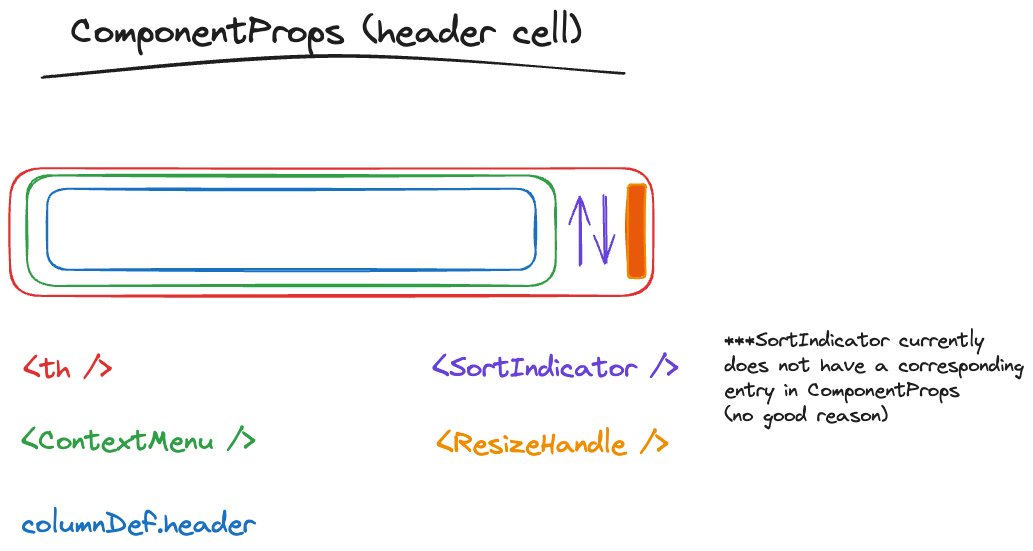
This is packages/react-table-ui/draw/header-component-props.excalidraw.png from ZooHillData/zoos, a Excalidraw export, as it was before one commit. Source tidied: one line per element, renumbered; positions are measured from the earlier drawing's top-left corner, leaving out a move shared by most shapes. Its diagram source:
```json
{"id": 0, "type": "rectangle", "strokeColor": "#e03131", "strokeWidth": 2, "roughness": 1, "round": true, "x": 0, "y": 158, "width": 643, "height": 128}
{"id": 1, "type": "text", "text": "ComponentProps (header cell)\n", "strokeColor": "#1e1e1e", "strokeWidth": 1, "roughness": 1, "fontSize": 36, "fontFamily": 1, "x": 61, "y": 0, "width": 511, "height": 90}
{"id": 2, "type": "rectangle", "strokeColor": "#2f9e44", "strokeWidth": 2, "roughness": 1, "round": true, "x": 17, "y": 165, "width": 529, "height": 111}
{"id": 3, "type": "arrow", "strokeColor": "#6741d9", "strokeWidth": 2, "roughness": 1, "startArrowhead": "arrow", "round": true, "x": 596, "y": 253, "width": 1, "height": 68, "points": [[0, 0], [-1, -68]]}
{"id": 4, "type": "rectangle", "strokeColor": "#f08c00", "backgroundColor": "#e8590c", "fillStyle": "solid", "strokeWidth": 2, "roughness": 1, "round": true, "x": 618, "y": 174, "width": 18, "height": 94}
{"id": 5, "type": "rectangle", "strokeColor": "#1971c2", "strokeWidth": 2, "roughness": 1, "round": true, "x": 37, "y": 179, "width": 488, "height": 81}
{"id": 6, "type": "arrow", "strokeColor": "#6741d9", "strokeWidth": 2, "roughness": 1, "endArrowhead": "arrow", "round": true, "from": 2, "x": 571, "y": 255, "width": 1, "height": 68, "points": [[0, 0], [-1, -68]]}
{"id": 7, "type": "text", "text": "<th />", "strokeColor": "#e03131", "backgroundColor": "#1971c2", "fillStyle": "solid", "strokeWidth": 2, "roughness": 1, "fontSize": 28, "fontFamily": 1, "x": 13, "y": 342, "width": 88, "height": 35}
{"id": 8, "type": "text", "text": "<ContextMenu />", "strokeColor": "#2f9e44", "backgroundColor": "#1971c2", "fillStyle": "solid", "strokeWidth": 2, "roughness": 1, "fontSize": 28, "fontFamily": 1, "x": 12, "y": 414, "width": 234, "height": 35}
{"id": 9, "type": "text", "text": "columnDef.header", "strokeColor": "#1971c2", "backgroundColor": "#1971c2", "fillStyle": "solid", "strokeWidth": 2, "roughness": 1, "fontSize": 28, "fontFamily": 1, "x": 12, "y": 497, "width": 233, "height": 35}
{"id": 10, "type": "text", "text": "<SortIndicator />", "strokeColor": "#6741d9", "backgroundColor": "#1971c2", "fillStyle": "solid", "strokeWidth": 2, "roughness": 1, "fontSize": 28, "fontFamily": 1, "x": 423, "y": 341, "width": 245, "height": 35}
{"id": 11, "type": "line", "strokeColor": "#1e1e1e", "backgroundColor": "#1971c2", "fillStyle": "solid", "strokeWidth": 2, "roughness": 1, "round": true, "x": 32, "y": 68, "width": 583, "height": 22, "points": [[0, 0], [291, -22], [583, -4]]}
{"id": 12, "type": "text", "text": "<ResizeHandle />", "strokeColor": "#f08c00", "backgroundColor": "#1971c2", "fillStyle": "solid", "strokeWidth": 2, "roughness": 1, "fontSize": 28, "fontFamily": 1, "x": 427, "y": 417, "width": 231, "height": 35}
{"id": 13, "type": "text", "text": "***SortIndicator currently\ndoes not have a corresponding\nentry in ComponentProps\n(no good reason)", "strokeColor": "#1e1e1e", "strokeWidth": 2, "roughness": 1, "fontSize": 20, "fontFamily": 1, "x": 715, "y": 318, "width": 299, "height": 100}
```
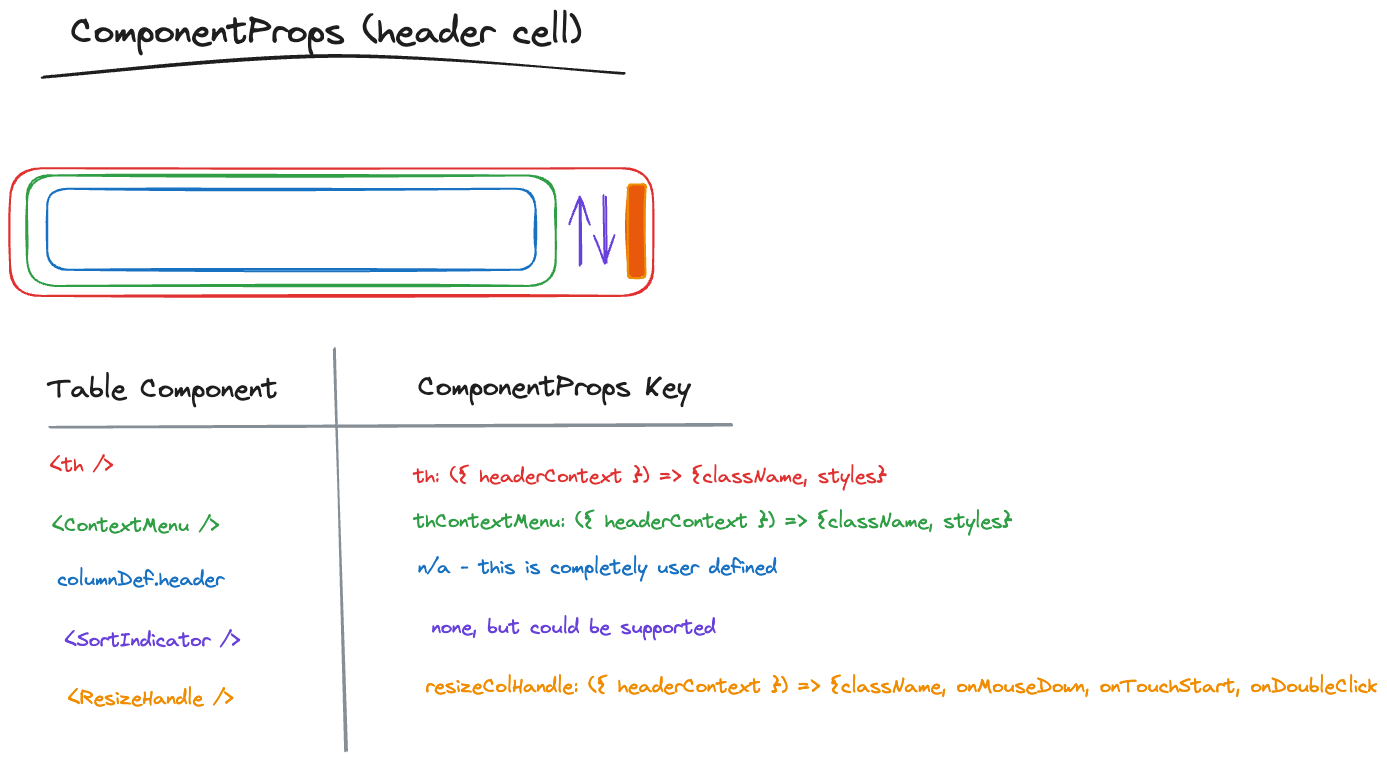
Later version of the same file.

Commit message:
update react-table component props excalidraw

What changed in the source:
```diff
@@ -5,10 +5,18 @@
 {"id": 4, "type": "rectangle", "strokeColor": "#f08c00", "backgroundColor": "#e8590c", "fillStyle": "solid", "strokeWidth": 2, "roughness": 1, "round": true, "x": 618, "y": 174, "width": 18, "height": 94}
 {"id": 5, "type": "rectangle", "strokeColor": "#1971c2", "strokeWidth": 2, "roughness": 1, "round": true, "x": 37, "y": 179, "width": 488, "height": 81}
 {"id": 6, "type": "arrow", "strokeColor": "#6741d9", "strokeWidth": 2, "roughness": 1, "endArrowhead": "arrow", "round": true, "from": 2, "x": 571, "y": 255, "width": 1, "height": 68, "points": [[0, 0], [-1, -68]]}
-{"id": 7, "type": "text", "text": "<th />", "strokeColor": "#e03131", "backgroundColor": "#1971c2", "fillStyle": "solid", "strokeWidth": 2, "roughness": 1, "fontSize": 28, "fontFamily": 1, "x": 13, "y": 342, "width": 88, "height": 35}
+{"id": 7, "type": "text", "text": "<th />", "strokeColor": "#e03131", "backgroundColor": "#1971c2", "fillStyle": "solid", "strokeWidth": 2, "roughness": 1, "fontSize": 20, "fontFamily": 1, "x": 40, "y": 443, "width": 63, "height": 25}
-{"id": 8, "type": "text", "text": "<ContextMenu />", "strokeColor": "#2f9e44", "backgroundColor": "#1971c2", "fillStyle": "solid", "strokeWidth": 2, "roughness": 1, "fontSize": 28, "fontFamily": 1, "x": 12, "y": 414, "width": 234, "height": 35}
+{"id": 8, "type": "text", "text": "<ContextMenu />", "strokeColor": "#2f9e44", "backgroundColor": "#1971c2", "fillStyle": "solid", "strokeWidth": 2, "roughness": 1, "fontSize": 20, "fontFamily": 1, "x": 42, "y": 503, "width": 167, "height": 25}
-{"id": 9, "type": "text", "text": "columnDef.header", "strokeColor": "#1971c2", "backgroundColor": "#1971c2", "fillStyle": "solid", "strokeWidth": 2, "roughness": 1, "fontSize": 28, "fontFamily": 1, "x": 12, "y": 497, "width": 233, "height": 35}
+{"id": 9, "type": "text", "text": "columnDef.header", "strokeColor": "#1971c2", "backgroundColor": "#1971c2", "fillStyle": "solid", "strokeWidth": 2, "roughness": 1, "fontSize": 20, "fontFamily": 1, "x": 48, "y": 557, "width": 167, "height": 25}
-{"id": 10, "type": "text", "text": "<SortIndicator />", "strokeColor": "#6741d9", "backgroundColor": "#1971c2", "fillStyle": "solid", "strokeWidth": 2, "roughness": 1, "fontSize": 28, "fontFamily": 1, "x": 423, "y": 341, "width": 245, "height": 35}
+{"id": 10, "type": "text", "text": "<SortIndicator />", "strokeColor": "#6741d9", "backgroundColor": "#1971c2", "fillStyle": "solid", "strokeWidth": 2, "roughness": 1, "fontSize": 20, "fontFamily": 1, "x": 55, "y": 618, "width": 175, "height": 25}
 {"id": 11, "type": "line", "strokeColor": "#1e1e1e", "backgroundColor": "#1971c2", "fillStyle": "solid", "strokeWidth": 2, "roughness": 1, "round": true, "x": 32, "y": 68, "width": 583, "height": 22, "points": [[0, 0], [291, -22], [583, -4]]}
-{"id": 12, "type": "text", "text": "<ResizeHandle />", "strokeColor": "#f08c00", "backgroundColor": "#1971c2", "fillStyle": "solid", "strokeWidth": 2, "roughness": 1, "fontSize": 28, "fontFamily": 1, "x": 427, "y": 417, "width": 231, "height": 35}
+{"id": 12, "type": "text", "text": "<ResizeHandle />", "strokeColor": "#f08c00", "backgroundColor": "#1971c2", "fillStyle": "solid", "strokeWidth": 2, "roughness": 1, "fontSize": 20, "fontFamily": 1, "x": 58, "y": 676, "width": 165, "height": 25}
-{"id": 13, "type": "text", "text": "***SortIndicator currently\ndoes not have a corresponding\nentry in ComponentProps\n(no good reason)", "strokeColor": "#1e1e1e", "strokeWidth": 2, "roughness": 1, "fontSize": 20, "fontFamily": 1, "x": 715, "y": 318, "width": 299, "height": 100}
+{"id": 14, "type": "text", "text": "Table Component", "strokeColor": "#1e1e1e", "strokeWidth": 2, "roughness": 1, "fontSize": 28, "fontFamily": 1, "x": 38, "y": 362, "width": 230, "height": 35}
+{"id": 15, "type": "text", "text": "ComponentProps Key", "strokeColor": "#1e1e1e", "strokeWidth": 2, "roughness": 1, "fontSize": 28, "fontFamily": 1, "x": 408, "y": 360, "width": 273, "height": 35}
+{"id": 16, "type": "text", "text": "th: ({ headerContext }) => {className, styles}\n", "strokeColor": "#e03131", "backgroundColor": "#1971c2", "fillStyle": "solid", "strokeWidth": 2, "roughness": 1, "fontSize": 20, "fontFamily": 1, "x": 404, "y": 454, "width": 473, "height": 50}
+{"id": 17, "type": "text", "text": "thContextMenu: ({ headerContext }) => {className, styles}", "strokeColor": "#2f9e44", "backgroundColor": "#1971c2", "fillStyle": "solid", "strokeWidth": 2, "roughness": 1, "fontSize": 20, "fontFamily": 1, "x": 404, "y": 499, "width": 598, "height": 25}
+{"id": 18, "type": "text", "text": "n/a - this is completely user defined", "strokeColor": "#1971c2", "backgroundColor": "#1971c2", "fillStyle": "solid", "strokeWidth": 2, "roughness": 1, "fontSize": 20, "fontFamily": 1, "x": 408, "y": 545, "width": 359, "height": 25}
+{"id": 19, "type": "text", "text": "none, but could be supported", "strokeColor": "#6741d9", "backgroundColor": "#1971c2", "fillStyle": "solid", "strokeWidth": 2, "roughness": 1, "fontSize": 20, "fontFamily": 1, "x": 422, "y": 605, "width": 284, "height": 25}
+{"id": 20, "type": "text", "text": "resizeColHandle: ({ headerContext }) => {className, onMouseDown, onTouchStart, onDoubleClick", "strokeColor": "#f08c00", "backgroundColor": "#1971c2", "fillStyle": "solid", "strokeWidth": 2, "roughness": 1, "fontSize": 20, "fontFamily": 1, "x": 416, "y": 664, "width": 952, "height": 25}
+{"id": 21, "type": "line", "strokeColor": "#868e96", "strokeWidth": 2, "roughness": 1, "round": true, "x": 40, "y": 417, "width": 681, "height": 2, "points": [[0, 0], [681, -2]]}
+{"id": 22, "type": "line", "strokeColor": "#868e96", "strokeWidth": 2, "roughness": 1, "round": true, "x": 336, "y": 740, "width": 11, "height": 402, "points": [[0, 0], [-11, -402]]}
```
